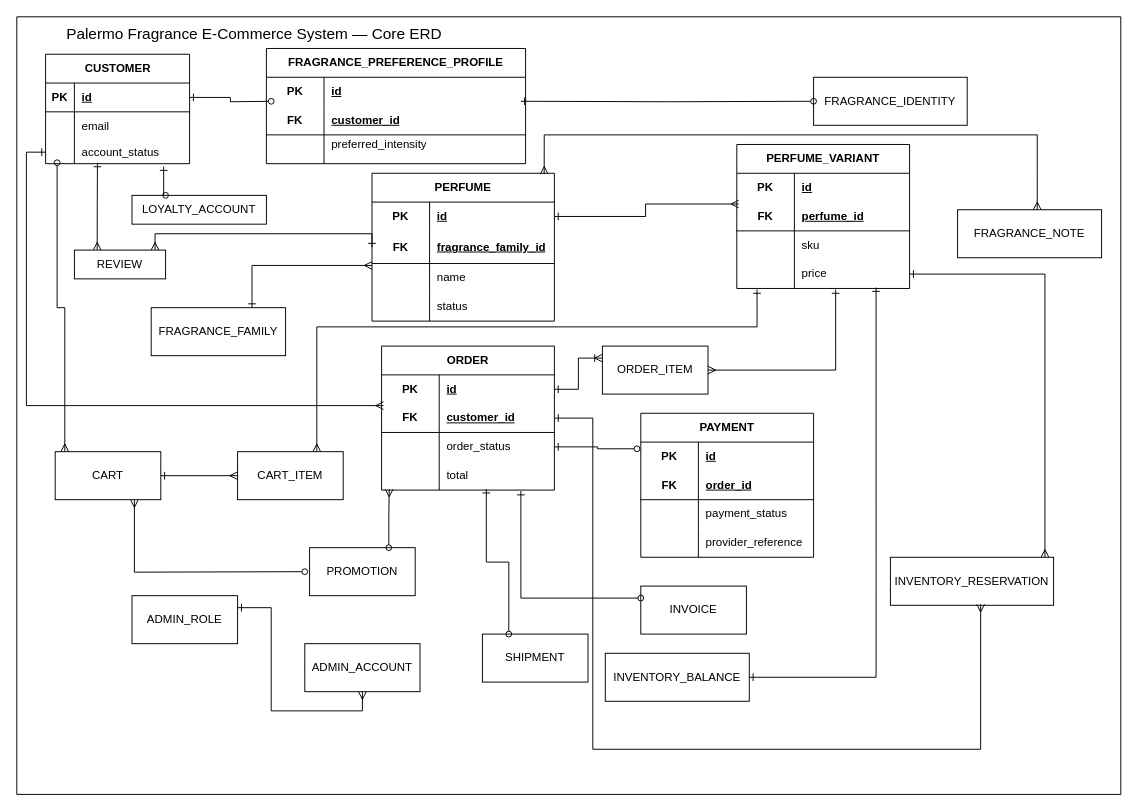
Before: docs/diagrams/report-src/erd-core-report.drawio in Mel-18-Palermo/Palermo-Perfume-System, a draw.io diagram. Source tidied: cells renumbered, new cells numbered last; positions are measured from the earlier drawing's top-left corner, leaving out a move shared by most shapes. Both pictures are drawn from the tidied source at 96%, with x=0, y=0 at pixel (16, 16).
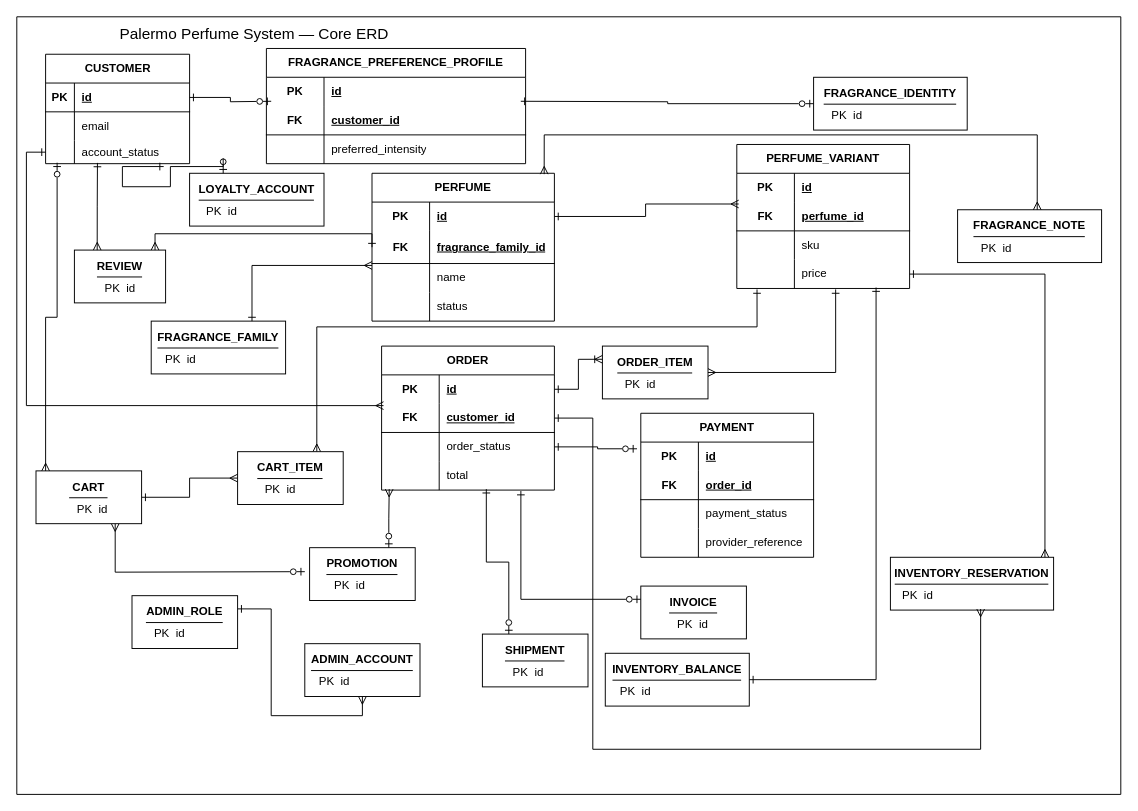
Above is the later version.

Commit message (it also covers changes not shown here):
Fix core ERD review issues

Unchanged cells that the change refers to:
```xml
<mxCell id="25" style="shape=tableRow;horizontal=0;startSize=0;swimlaneHead=0;swimlaneBody=0;fillColor=none;points=[[0,0.5],[1,0.5]];portConstraint=eastwest;top=0;left=0;right=0;bottom=1;" parent="24" vertex="1">
  <mxGeometry y="30" width="150" height="30" as="geometry" />
</mxCell>
<mxCell id="31" style="shape=tableRow;horizontal=0;startSize=0;swimlaneHead=0;swimlaneBody=0;fillColor=none;points=[[0,0.5],[1,0.5]];portConstraint=eastwest;top=0;left=0;right=0;bottom=0;" parent="24" vertex="1">
  <mxGeometry y="90" width="150" height="24" as="geometry" />
</mxCell>
<mxCell id="67" style="shape=tableRow;horizontal=0;startSize=0;swimlaneHead=0;swimlaneBody=0;fillColor=none;points=[[0,0.5],[1,0.5]];portConstraint=eastwest;top=0;left=0;right=0;bottom=0;html=1;" parent="60" vertex="1">
  <mxGeometry y="90" width="180" height="30" as="geometry" />
</mxCell>
<mxCell id="70" style="shape=tableRow;horizontal=0;startSize=0;swimlaneHead=0;swimlaneBody=0;fillColor=none;points=[[0,0.5],[1,0.5]];portConstraint=eastwest;top=0;left=0;right=0;bottom=0;html=1;" parent="60" vertex="1">
  <mxGeometry y="120" width="180" height="30" as="geometry" />
</mxCell>
<mxCell id="74" style="shape=tableRow;horizontal=0;startSize=0;swimlaneHead=0;swimlaneBody=0;fillColor=none;points=[[0,0.5],[1,0.5]];portConstraint=eastwest;top=0;left=0;right=0;bottom=0;html=1;" parent="73" vertex="1">
  <mxGeometry y="30" width="180" height="30" as="geometry" />
</mxCell>
<mxCell id="111" style="shape=tableRow;horizontal=0;startSize=0;swimlaneHead=0;swimlaneBody=0;fillColor=none;top=0;left=0;right=0;bottom=0;html=1;" parent="104" vertex="1">
  <mxGeometry y="90" width="270" height="30" as="geometry" />
</mxCell>
```

What changed in the source:
```diff
@@
-<mxGraphModel>
+<mxGraphModel background="#ffffff">
@@
-    <mxCell id="2" style="verticalLabelPosition=bottom;verticalAlign=top;html=1;shape=mxgraph.basic.rect;fillColor2=none;strokeWidth=1;size=20;indent=5;" parent="1" vertex="1">
+    <mxCell id="2" style="verticalLabelPosition=bottom;verticalAlign=top;html=1;shape=mxgraph.basic.rect;fillColor2=#ffffff;strokeWidth=1;size=20;indent=5;fillColor=#ffffff;gradientColor=none;strokeColor=#000000;" parent="1" vertex="1">
       <mxGeometry width="1150" height="810" as="geometry" />
     </mxCell>
@@
-    <mxCell id="4" value="ADMIN_ROLE" style="html=1;whiteSpace=wrap;" parent="1" vertex="1">
-      <mxGeometry x="120" y="603" width="110" height="50" as="geometry" />
+    <mxCell id="4" value="&lt;b&gt;ADMIN_ROLE&lt;/b&gt;&lt;div style=&quot;border-top:1px solid #000000;margin-top:4px;padding-top:4px;text-align:left;padding-left:8px;&quot;&gt;PK&amp;nbsp;&amp;nbsp;id&lt;/div&gt;" style="html=1;whiteSpace=wrap;align=center;verticalAlign=middle;" parent="1" vertex="1">
+      <mxGeometry x="120" y="603" width="110" height="55" as="geometry" />
     </mxCell>
-    <mxCell id="5" value="ADMIN_ACCOUNT" style="html=1;whiteSpace=wrap;" parent="1" vertex="1">
-      <mxGeometry x="300" y="653" width="120" height="50" as="geometry" />
+    <mxCell id="5" value="&lt;b&gt;ADMIN_ACCOUNT&lt;/b&gt;&lt;div style=&quot;border-top:1px solid #000000;margin-top:4px;padding-top:4px;text-align:left;padding-left:8px;&quot;&gt;PK&amp;nbsp;&amp;nbsp;id&lt;/div&gt;" style="html=1;whiteSpace=wrap;align=center;verticalAlign=middle;" parent="1" vertex="1">
+      <mxGeometry x="300" y="653" width="120" height="55" as="geometry" />
     </mxCell>
-    <mxCell id="6" value="LOYALTY_ACCOUNT" style="html=1;whiteSpace=wrap;" parent="1" vertex="1">
-      <mxGeometry x="120" y="186" width="140" height="30" as="geometry" />
+    <mxCell id="6" value="&lt;b&gt;LOYALTY_ACCOUNT&lt;/b&gt;&lt;div style=&quot;border-top:1px solid #000000;margin-top:4px;padding-top:4px;text-align:left;padding-left:8px;&quot;&gt;PK&amp;nbsp;&amp;nbsp;id&lt;/div&gt;" style="html=1;whiteSpace=wrap;align=center;verticalAlign=middle;" parent="1" vertex="1">
+      <mxGeometry x="180" y="163" width="140" height="55" as="geometry" />
     </mxCell>
-    <mxCell id="7" value="REVIEW" style="html=1;whiteSpace=wrap;" parent="1" vertex="1">
-      <mxGeometry x="60" y="243" width="95" height="30" as="geometry" />
+    <mxCell id="7" value="&lt;b&gt;REVIEW&lt;/b&gt;&lt;div style=&quot;border-top:1px solid #000000;margin-top:4px;padding-top:4px;text-align:left;padding-left:8px;&quot;&gt;PK&amp;nbsp;&amp;nbsp;id&lt;/div&gt;" style="html=1;whiteSpace=wrap;align=center;verticalAlign=middle;" parent="1" vertex="1">
+      <mxGeometry x="60" y="243" width="95" height="55" as="geometry" />
     </mxCell>
-    <mxCell id="8" value="INVENTORY_RESERVATION" style="html=1;whiteSpace=wrap;" parent="1" vertex="1">
-      <mxGeometry x="910" y="563" width="170" height="50" as="geometry" />
+    <mxCell id="8" value="&lt;b&gt;INVENTORY_RESERVATION&lt;/b&gt;&lt;div style=&quot;border-top:1px solid #000000;margin-top:4px;padding-top:4px;text-align:left;padding-left:8px;&quot;&gt;PK&amp;nbsp;&amp;nbsp;id&lt;/div&gt;" style="html=1;whiteSpace=wrap;align=center;verticalAlign=middle;" parent="1" vertex="1">
+      <mxGeometry x="910" y="563" width="170" height="55" as="geometry" />
     </mxCell>
-    <mxCell id="9" value="INVENTORY_BALANCE" style="html=1;whiteSpace=wrap;" parent="1" vertex="1">
-      <mxGeometry x="613" y="663" width="150" height="50" as="geometry" />
+    <mxCell id="9" value="&lt;b&gt;INVENTORY_BALANCE&lt;/b&gt;&lt;div style=&quot;border-top:1px solid #000000;margin-top:4px;padding-top:4px;text-align:left;padding-left:8px;&quot;&gt;PK&amp;nbsp;&amp;nbsp;id&lt;/div&gt;" style="html=1;whiteSpace=wrap;align=center;verticalAlign=middle;" parent="1" vertex="1">
+      <mxGeometry x="613" y="663" width="150" height="55" as="geometry" />
     </mxCell>
-    <mxCell id="10" value="SHIPMENT" style="html=1;whiteSpace=wrap;" parent="1" vertex="1">
-      <mxGeometry x="485" y="643" width="110" height="50" as="geometry" />
+    <mxCell id="10" value="&lt;b&gt;SHIPMENT&lt;/b&gt;&lt;div style=&quot;border-top:1px solid #000000;margin-top:4px;padding-top:4px;text-align:left;padding-left:8px;&quot;&gt;PK&amp;nbsp;&amp;nbsp;id&lt;/div&gt;" style="html=1;whiteSpace=wrap;align=center;verticalAlign=middle;" parent="1" vertex="1">
+      <mxGeometry x="485" y="643" width="110" height="55" as="geometry" />
     </mxCell>
-    <mxCell id="11" value="INVOICE" style="html=1;whiteSpace=wrap;" parent="1" vertex="1">
-      <mxGeometry x="650" y="593" width="110" height="50" as="geometry" />
+    <mxCell id="11" value="&lt;b&gt;INVOICE&lt;/b&gt;&lt;div style=&quot;border-top:1px solid #000000;margin-top:4px;padding-top:4px;text-align:left;padding-left:8px;&quot;&gt;PK&amp;nbsp;&amp;nbsp;id&lt;/div&gt;" style="html=1;whiteSpace=wrap;align=center;verticalAlign=middle;" parent="1" vertex="1">
+      <mxGeometry x="650" y="593" width="110" height="55" as="geometry" />
     </mxCell>
-    <mxCell id="12" value="ORDER_ITEM" style="html=1;whiteSpace=wrap;" parent="1" vertex="1">
-      <mxGeometry x="610" y="343" width="110" height="50" as="geometry" />
+    <mxCell id="12" value="&lt;b&gt;ORDER_ITEM&lt;/b&gt;&lt;div style=&quot;border-top:1px solid #000000;margin-top:4px;padding-top:4px;text-align:left;padding-left:8px;&quot;&gt;PK&amp;nbsp;&amp;nbsp;id&lt;/div&gt;" style="html=1;whiteSpace=wrap;align=center;verticalAlign=middle;" parent="1" vertex="1">
+      <mxGeometry x="610" y="343" width="110" height="55" as="geometry" />
     </mxCell>
-    <mxCell id="13" style="edgeStyle=orthogonalEdgeStyle;rounded=0;jettySize=auto;html=1;entryX=0.75;entryY=1;entryDx=0;entryDy=0;startArrow=oval;startFill=0;endArrow=ERmany;endFill=0;" parent="1" edge="1" target="18">
+    <mxCell id="13" style="edgeStyle=orthogonalEdgeStyle;rounded=0;jettySize=auto;html=1;entryX=0.75;entryY=1;entryDx=0;entryDy=0;startArrow=ERzeroToOne;startFill=0;endArrow=ERmany;endFill=0;" parent="1" edge="1" target="18">
       <mxGeometry relative="1" as="geometry">
         <mxPoint x="300" y="578" as="sourcePoint" />
       </mxGeometry>
     </mxCell>
-    <mxCell id="14" value="PROMOTION" style="html=1;whiteSpace=wrap;" parent="1" vertex="1">
-      <mxGeometry x="305" y="553" width="110" height="50" as="geometry" />
+    <mxCell id="14" value="&lt;b&gt;PROMOTION&lt;/b&gt;&lt;div style=&quot;border-top:1px solid #000000;margin-top:4px;padding-top:4px;text-align:left;padding-left:8px;&quot;&gt;PK&amp;nbsp;&amp;nbsp;id&lt;/div&gt;" style="html=1;whiteSpace=wrap;align=center;verticalAlign=middle;" parent="1" vertex="1">
+      <mxGeometry x="305" y="553" width="110" height="55" as="geometry" />
     </mxCell>
@@
-    <mxCell id="16" value="CART_ITEM" style="html=1;whiteSpace=wrap;" parent="1" vertex="1">
-      <mxGeometry x="230" y="453" width="110" height="50" as="geometry" />
+    <mxCell id="16" value="&lt;b&gt;CART_ITEM&lt;/b&gt;&lt;div style=&quot;border-top:1px solid #000000;margin-top:4px;padding-top:4px;text-align:left;padding-left:8px;&quot;&gt;PK&amp;nbsp;&amp;nbsp;id&lt;/div&gt;" style="html=1;whiteSpace=wrap;align=center;verticalAlign=middle;" parent="1" vertex="1">
+      <mxGeometry x="230" y="453" width="110" height="55" as="geometry" />
     </mxCell>
@@
-    <mxCell id="18" value="CART" style="html=1;whiteSpace=wrap;" parent="1" vertex="1">
-      <mxGeometry x="40" y="453" width="110" height="50" as="geometry" />
+    <mxCell id="18" value="&lt;b&gt;CART&lt;/b&gt;&lt;div style=&quot;border-top:1px solid #000000;margin-top:4px;padding-top:4px;text-align:left;padding-left:8px;&quot;&gt;PK&amp;nbsp;&amp;nbsp;id&lt;/div&gt;" style="html=1;whiteSpace=wrap;align=center;verticalAlign=middle;" parent="1" vertex="1">
+      <mxGeometry x="20" y="473" width="110" height="55" as="geometry" />
     </mxCell>
-    <mxCell id="19" value="FRAGRANCE_NOTE" style="html=1;whiteSpace=wrap;" parent="1" vertex="1">
-      <mxGeometry x="980" y="201" width="150" height="50" as="geometry" />
+    <mxCell id="19" value="&lt;b&gt;FRAGRANCE_NOTE&lt;/b&gt;&lt;div style=&quot;border-top:1px solid #000000;margin-top:4px;padding-top:4px;text-align:left;padding-left:8px;&quot;&gt;PK&amp;nbsp;&amp;nbsp;id&lt;/div&gt;" style="html=1;whiteSpace=wrap;align=center;verticalAlign=middle;" parent="1" vertex="1">
+      <mxGeometry x="980" y="201" width="150" height="55" as="geometry" />
     </mxCell>
-    <mxCell id="20" value="FRAGRANCE_FAMILY" style="html=1;whiteSpace=wrap;" parent="1" vertex="1">
-      <mxGeometry x="140" y="303" width="140" height="50" as="geometry" />
+    <mxCell id="20" value="&lt;b&gt;FRAGRANCE_FAMILY&lt;/b&gt;&lt;div style=&quot;border-top:1px solid #000000;margin-top:4px;padding-top:4px;text-align:left;padding-left:8px;&quot;&gt;PK&amp;nbsp;&amp;nbsp;id&lt;/div&gt;" style="html=1;whiteSpace=wrap;align=center;verticalAlign=middle;" parent="1" vertex="1">
+      <mxGeometry x="140" y="317" width="140" height="55" as="geometry" />
     </mxCell>
-    <mxCell id="21" value="FRAGRANCE_IDENTITY" style="html=1;whiteSpace=wrap;" parent="1" vertex="1">
-      <mxGeometry x="830" y="63" width="160" height="50" as="geometry" />
+    <mxCell id="21" value="&lt;b&gt;FRAGRANCE_IDENTITY&lt;/b&gt;&lt;div style=&quot;border-top:1px solid #000000;margin-top:4px;padding-top:4px;text-align:left;padding-left:8px;&quot;&gt;PK&amp;nbsp;&amp;nbsp;id&lt;/div&gt;" style="html=1;whiteSpace=wrap;align=center;verticalAlign=middle;" parent="1" vertex="1">
+      <mxGeometry x="830" y="63" width="160" height="55" as="geometry" />
     </mxCell>
-    <mxCell id="22" style="edgeStyle=orthogonalEdgeStyle;rounded=0;jettySize=auto;html=1;exitX=1;exitY=0.5;exitDx=0;exitDy=0;entryX=0;entryY=0.5;entryDx=0;entryDy=0;startArrow=ERone;startFill=0;endArrow=oval;endFill=0;" parent="1" edge="1" target="21">
+    <mxCell id="22" style="edgeStyle=orthogonalEdgeStyle;rounded=0;jettySize=auto;html=1;exitX=1;exitY=0.5;exitDx=0;exitDy=0;entryX=0;entryY=0.5;entryDx=0;entryDy=0;startArrow=ERone;startFill=0;endArrow=ERzeroToOne;endFill=0;" parent="1" edge="1" target="21">
       <mxGeometry relative="1" as="geometry">
         <mxPoint x="525" y="88" as="sourcePoint" />
       </mxGeometry>
     </mxCell>
-    <mxCell id="23" value="&lt;span style=&quot;text-align: start; font-size: medium;&quot;&gt;Palermo Fragrance E-Commerce System — Core ERD&lt;/span&gt;" style="text;html=1;whiteSpace=wrap;strokeColor=none;fillColor=none;align=center;verticalAlign=middle;rounded=0;" parent="1" vertex="1">
+    <mxCell id="23" value="&lt;span style=&quot;text-align: start; font-size: medium;&quot;&gt;Palermo Perfume System — Core ERD&lt;/span&gt;" style="text;html=1;whiteSpace=wrap;strokeColor=none;fillColor=none;align=center;verticalAlign=middle;rounded=0;" parent="1" vertex="1">
       <mxGeometry x="10" y="3" width="475" height="30" as="geometry" />
     </mxCell>
@@
-    <mxCell id="86" style="edgeStyle=orthogonalEdgeStyle;rounded=0;jettySize=auto;html=1;exitX=1;exitY=0.5;exitDx=0;exitDy=0;entryX=0;entryY=0.5;entryDx=0;entryDy=0;startArrow=ERone;startFill=0;endArrow=oval;endFill=0;" parent="1" edge="1" source="25">
+    <mxCell id="86" style="edgeStyle=orthogonalEdgeStyle;rounded=0;jettySize=auto;html=1;exitX=1;exitY=0.5;exitDx=0;exitDy=0;entryX=0;entryY=0.5;entryDx=0;entryDy=0;startArrow=ERone;startFill=0;endArrow=ERzeroToOne;endFill=0;" parent="1" edge="1" source="25">
       <mxGeometry relative="1" as="geometry">
         <mxPoint x="265" y="88" as="targetPoint" />
       </mxGeometry>
     </mxCell>
-    <mxCell id="87" style="edgeStyle=orthogonalEdgeStyle;rounded=0;jettySize=auto;html=1;exitX=0.25;exitY=0;exitDx=0;exitDy=0;endArrow=ERone;endFill=0;startArrow=oval;startFill=0;" parent="1" edge="1" source="6">
+    <mxCell id="87" style="edgeStyle=orthogonalEdgeStyle;rounded=0;jettySize=auto;html=1;exitX=0.25;exitY=0;exitDx=0;exitDy=0;endArrow=ERone;endFill=0;startArrow=ERzeroToOne;startFill=0;" parent="1" edge="1" source="6">
       <mxGeometry relative="1" as="geometry">
         <mxPoint x="153" y="156" as="targetPoint" />
+        <Array as="points">
+          <mxPoint x="215" y="156" />
+          <mxPoint x="160" y="156" />
+          <mxPoint x="160" y="177" />
+          <mxPoint x="110" y="177" />
+          <mxPoint x="110" y="156" />
+        </Array>
       </mxGeometry>
     </mxCell>
@@
-    <mxCell id="93" style="edgeStyle=orthogonalEdgeStyle;rounded=0;jettySize=auto;html=1;exitX=0.091;exitY=0;exitDx=0;exitDy=0;entryX=0.08;entryY=0.958;entryDx=0;entryDy=0;entryPerimeter=0;endArrow=oval;endFill=0;startArrow=ERmany;startFill=0;exitPerimeter=0;" parent="1" edge="1" source="18" target="31">
+    <mxCell id="93" style="edgeStyle=orthogonalEdgeStyle;rounded=0;jettySize=auto;html=1;exitX=0.091;exitY=0;exitDx=0;exitDy=0;entryX=0.08;entryY=0.958;entryDx=0;entryDy=0;entryPerimeter=0;endArrow=ERzeroToOne;endFill=0;startArrow=ERmany;startFill=0;exitPerimeter=0;" parent="1" edge="1" source="18" target="31">
       <mxGeometry relative="1" as="geometry" />
     </mxCell>
@@
-    <mxCell id="97" style="edgeStyle=orthogonalEdgeStyle;rounded=0;jettySize=auto;html=1;exitX=1;exitY=0.5;exitDx=0;exitDy=0;endArrow=oval;endFill=0;startArrow=ERone;startFill=0;entryX=-0.022;entryY=0.233;entryDx=0;entryDy=0;entryPerimeter=0;" parent="1" edge="1" source="67" target="74">
+    <mxCell id="97" style="edgeStyle=orthogonalEdgeStyle;rounded=0;jettySize=auto;html=1;exitX=1;exitY=0.5;exitDx=0;exitDy=0;endArrow=ERzeroToOne;endFill=0;startArrow=ERone;startFill=0;entryX=-0.022;entryY=0.233;entryDx=0;entryDy=0;entryPerimeter=0;" parent="1" edge="1" source="67" target="74">
       <mxGeometry relative="1" as="geometry" />
     </mxCell>
-    <mxCell id="98" style="edgeStyle=orthogonalEdgeStyle;rounded=0;jettySize=auto;html=1;exitX=0;exitY=0.25;exitDx=0;exitDy=0;entryX=0.806;entryY=1.033;entryDx=0;entryDy=0;entryPerimeter=0;startArrow=oval;startFill=0;endArrow=ERone;endFill=0;" parent="1" edge="1" source="11" target="70">
+    <mxCell id="98" style="edgeStyle=orthogonalEdgeStyle;rounded=0;jettySize=auto;html=1;exitX=0;exitY=0.25;exitDx=0;exitDy=0;entryX=0.806;entryY=1.033;entryDx=0;entryDy=0;entryPerimeter=0;startArrow=ERzeroToOne;startFill=0;endArrow=ERone;endFill=0;" parent="1" edge="1" source="11" target="70">
       <mxGeometry relative="1" as="geometry" />
     </mxCell>
-    <mxCell id="99" style="edgeStyle=orthogonalEdgeStyle;rounded=0;jettySize=auto;html=1;exitX=0.25;exitY=0;exitDx=0;exitDy=0;entryX=0.606;entryY=0.967;entryDx=0;entryDy=0;entryPerimeter=0;startArrow=oval;startFill=0;endArrow=ERone;endFill=0;" parent="1" edge="1" source="10" target="70">
+    <mxCell id="99" style="edgeStyle=orthogonalEdgeStyle;rounded=0;jettySize=auto;html=1;exitX=0.25;exitY=0;exitDx=0;exitDy=0;entryX=0.606;entryY=0.967;entryDx=0;entryDy=0;entryPerimeter=0;startArrow=ERzeroToOne;startFill=0;endArrow=ERone;endFill=0;" parent="1" edge="1" source="10" target="70">
       <mxGeometry relative="1" as="geometry" />
     </mxCell>
@@
-    <mxCell id="103" style="edgeStyle=orthogonalEdgeStyle;rounded=0;jettySize=auto;html=1;exitX=0.75;exitY=0;exitDx=0;exitDy=0;entryX=0.044;entryY=0.967;entryDx=0;entryDy=0;entryPerimeter=0;startArrow=oval;startFill=0;endArrow=ERmany;endFill=0;" parent="1" edge="1" source="14" target="70">
+    <mxCell id="103" style="edgeStyle=orthogonalEdgeStyle;rounded=0;jettySize=auto;html=1;exitX=0.75;exitY=0;exitDx=0;exitDy=0;entryX=0.044;entryY=0.967;entryDx=0;entryDy=0;entryPerimeter=0;startArrow=ERzeroToOne;startFill=0;endArrow=ERmany;endFill=0;" parent="1" edge="1" source="14" target="70">
       <mxGeometry relative="1" as="geometry" />
     </mxCell>
@@
-    <mxCell id="113" value="preferred_intensity&lt;div&gt;&lt;br&gt;&lt;/div&gt;" style="shape=partialRectangle;fillColor=none;top=0;left=0;bottom=0;right=0;align=left;spacingLeft=6;overflow=hidden;html=1;whiteSpace=wrap;" parent="111" vertex="1">
+    <mxCell id="113" value="preferred_intensity" style="shape=partialRectangle;fillColor=none;top=0;left=0;bottom=0;right=0;align=left;spacingLeft=6;overflow=hidden;html=1;whiteSpace=wrap;" parent="111" vertex="1">
       <mxGeometry x="60" width="210" height="30" as="geometry" />
     </mxCell>
```
